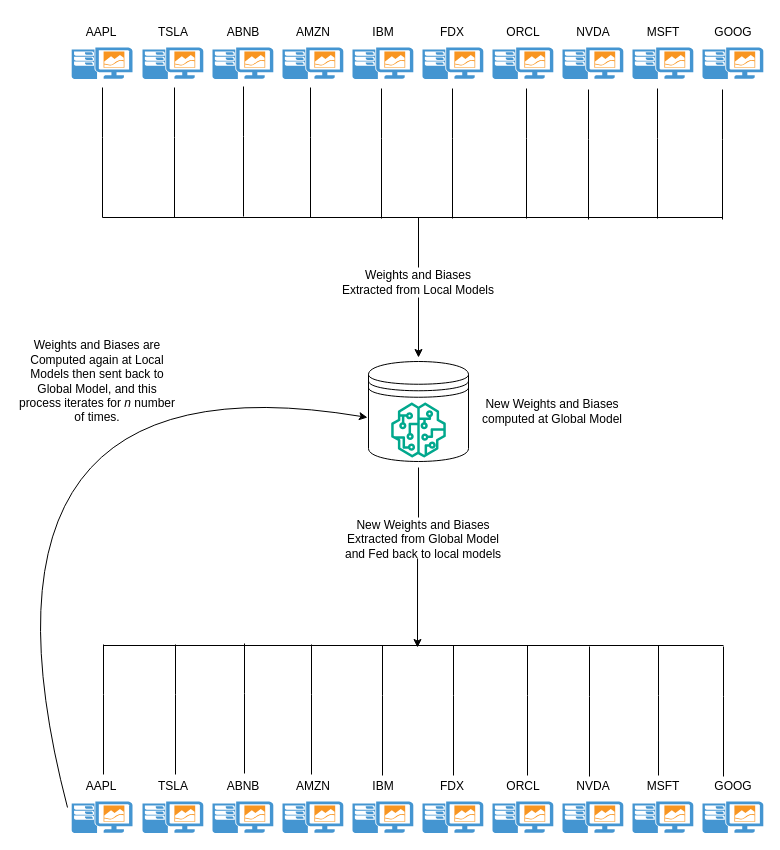
This is Untitled Diagram.drawio from vasemili/Forecasting-Stocks_LSTM-Sentiment-Transformer-Federated-Learning, a draw.io file, before an edit. Source tidied: cells renumbered, new cells numbered last; positions are measured from the earlier drawing's top-left corner, leaving out a move shared by most shapes. Both pictures are drawn from the tidied source at 100%, with x=0, y=0 at pixel (-53, 17).
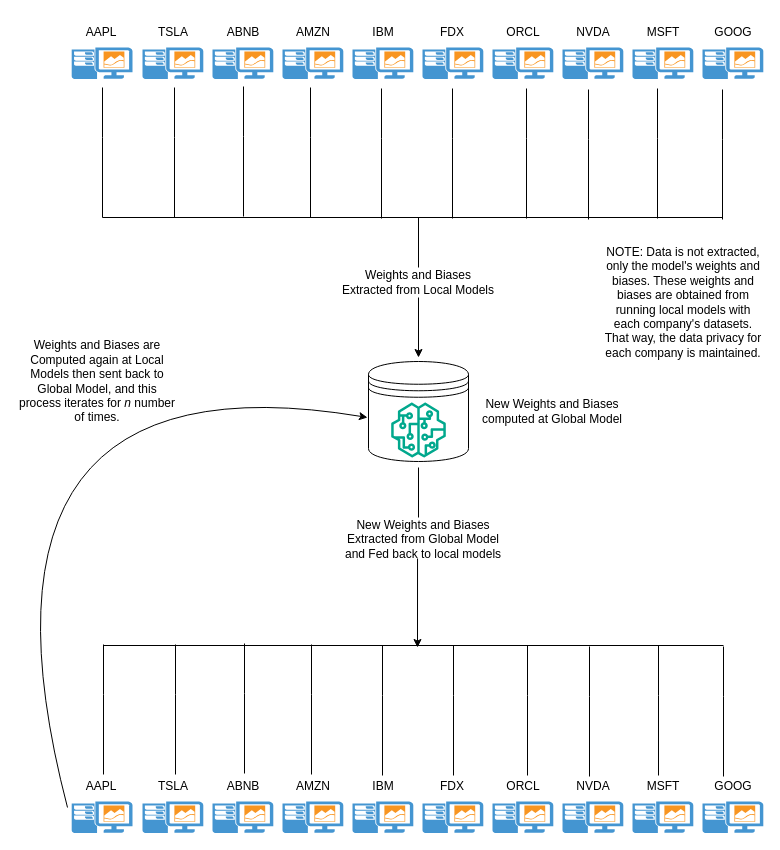
The same diagram, later.

Commit message:
Federated_Learning_model_01

What changed in the source:
```diff
@@
+    <mxCell id="75" value="NOTE: Data is not extracted, only the model's weights and biases. These weights and biases are obtained from running local models with each company's datasets. That way, the data privacy for each company is maintained." style="text;strokeColor=none;align=center;fillColor=none;html=1;verticalAlign=middle;whiteSpace=wrap;rounded=0;" parent="1" vertex="1">
+      <mxGeometry x="655.8" y="270" width="160" height="30" as="geometry" />
+    </mxCell>
```
